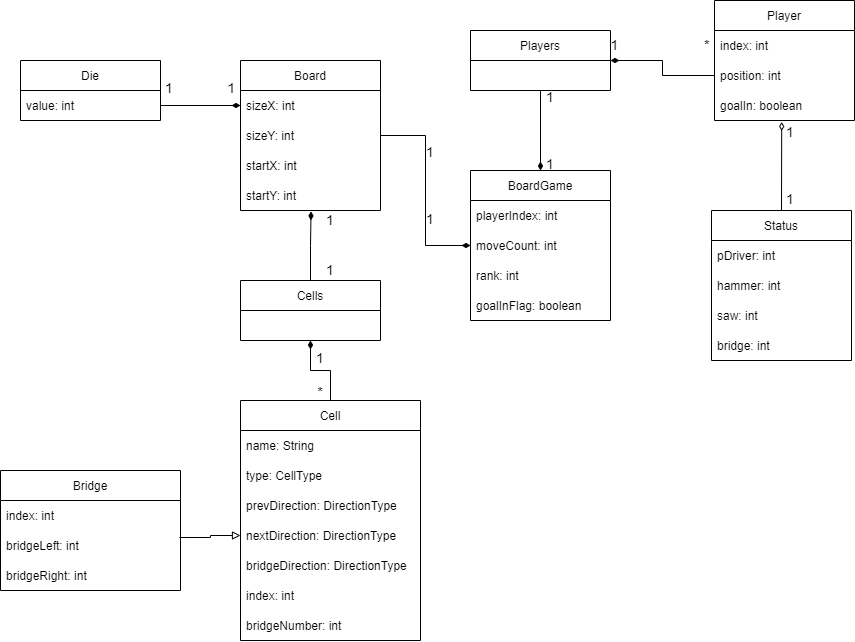
Above: construct/class_diagram.drawio.png in ldh019/2022-1_Software_Engineering (draw.io), before the change. Source tidied: cells renumbered, new cells last; positions are measured from the earlier drawing's top-left corner, leaving out a move shared by most shapes.
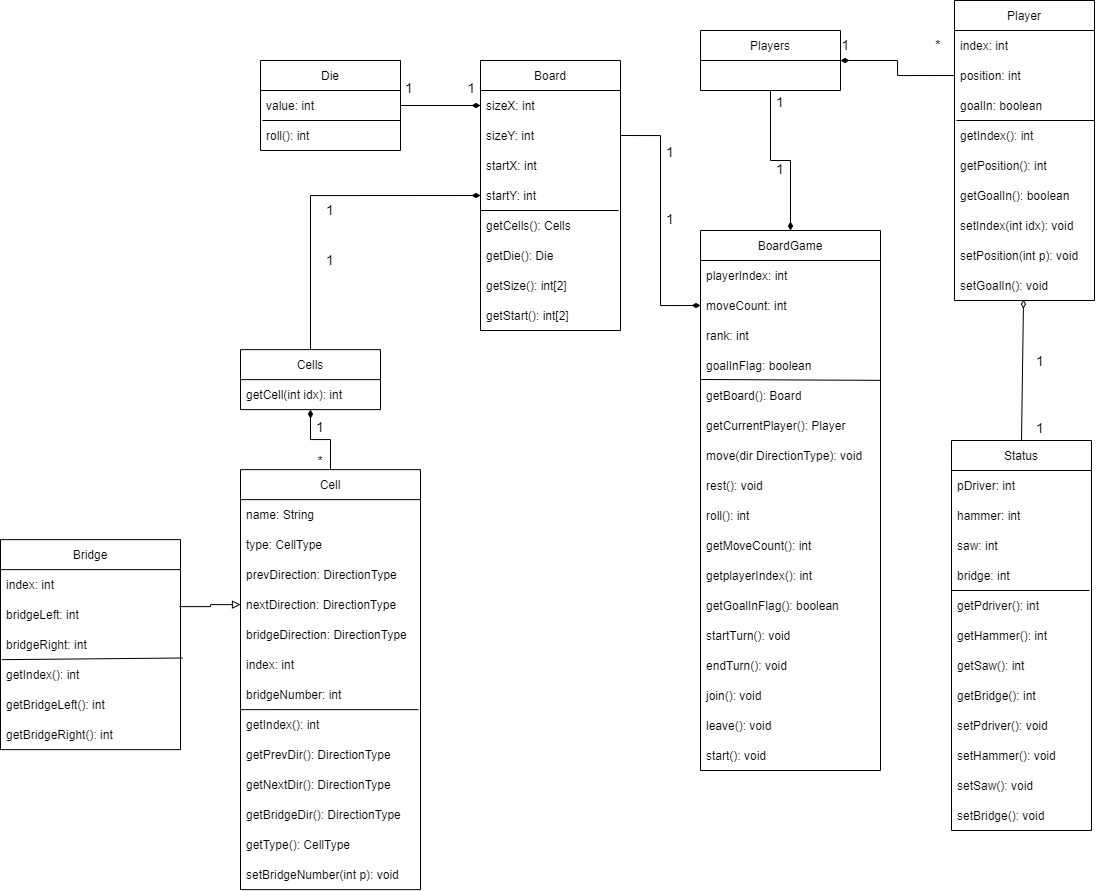
The same file after the commit.

Diff of the diagram source:
```diff
@@ -8,18 +8,62 @@
     <mxCell id="3" value="BoardGame" style="swimlane;fontStyle=0;horizontal=1;startSize=30;" parent="1" vertex="1">
-      <mxGeometry x="470" y="170" width="140" height="150" as="geometry" />
+      <mxGeometry x="460" y="230" width="180" height="540" as="geometry" />
     </mxCell>
     <mxCell id="4" value="playerIndex: int" style="text;strokeColor=none;fillColor=none;align=left;verticalAlign=middle;spacingLeft=4;spacingRight=4;overflow=hidden;" parent="3" vertex="1">
-      <mxGeometry y="30" width="140" height="30" as="geometry" />
+      <mxGeometry y="30" width="180" height="30" as="geometry" />
     </mxCell>
     <mxCell id="5" value="moveCount: int" style="text;strokeColor=none;fillColor=none;align=left;verticalAlign=middle;spacingLeft=4;spacingRight=4;overflow=hidden;points=[[0,0.5],[1,0.5]];portConstraint=eastwest;" parent="3" vertex="1">
-      <mxGeometry y="60" width="140" height="30" as="geometry" />
+      <mxGeometry y="60" width="180" height="30" as="geometry" />
     </mxCell>
     <mxCell id="6" value="rank: int" style="text;strokeColor=none;fillColor=none;align=left;verticalAlign=middle;spacingLeft=4;spacingRight=4;overflow=hidden;" parent="3" vertex="1">
-      <mxGeometry y="90" width="140" height="30" as="geometry" />
+      <mxGeometry y="90" width="180" height="30" as="geometry" />
     </mxCell>
     <mxCell id="7" value="goalInFlag: boolean" style="text;strokeColor=none;fillColor=none;align=left;verticalAlign=middle;spacingLeft=4;spacingRight=4;overflow=hidden;" parent="3" vertex="1">
-      <mxGeometry y="120" width="140" height="30" as="geometry" />
+      <mxGeometry y="120" width="180" height="30" as="geometry" />
     </mxCell>
+    <mxCell id="52" style="endArrow=none;html=1;rounded=0;entryX=1.002;entryY=-0.005;entryDx=0;entryDy=0;entryPerimeter=0;" parent="3" edge="1" target="53">
+      <mxGeometry relative="1" as="geometry">
+        <mxPoint y="149" as="sourcePoint" />
+      </mxGeometry>
+    </mxCell>
+    <mxCell id="53" value="getBoard(): Board" style="text;strokeColor=none;fillColor=none;align=left;verticalAlign=middle;spacingLeft=4;spacingRight=4;overflow=hidden;points=[[0,0.5],[1,0.5]];portConstraint=eastwest;" parent="3" vertex="1">
+      <mxGeometry y="150" width="180" height="30" as="geometry" />
+    </mxCell>
+    <mxCell id="54" value="getCurrentPlayer(): Player" style="text;strokeColor=none;fillColor=none;align=left;verticalAlign=middle;spacingLeft=4;spacingRight=4;overflow=hidden;" parent="3" vertex="1">
+      <mxGeometry y="180" width="180" height="30" as="geometry" />
+    </mxCell>
+    <mxCell id="55" value="move(dir DirectionType): void" style="text;strokeColor=none;fillColor=none;align=left;verticalAlign=middle;spacingLeft=4;spacingRight=4;overflow=hidden;" parent="3" vertex="1">
+      <mxGeometry y="210" width="180" height="30" as="geometry" />
+    </mxCell>
+    <mxCell id="56" value="rest(): void" style="text;strokeColor=none;fillColor=none;align=left;verticalAlign=middle;spacingLeft=4;spacingRight=4;overflow=hidden;" parent="3" vertex="1">
+      <mxGeometry y="240" width="180" height="30" as="geometry" />
+    </mxCell>
+    <mxCell id="57" value="roll(): int" style="text;strokeColor=none;fillColor=none;align=left;verticalAlign=middle;spacingLeft=4;spacingRight=4;overflow=hidden;" parent="3" vertex="1">
+      <mxGeometry y="270" width="180" height="30" as="geometry" />
+    </mxCell>
+    <mxCell id="58" value="getMoveCount(): int" style="text;strokeColor=none;fillColor=none;align=left;verticalAlign=middle;spacingLeft=4;spacingRight=4;overflow=hidden;" parent="3" vertex="1">
+      <mxGeometry y="300" width="180" height="30" as="geometry" />
+    </mxCell>
+    <mxCell id="59" value="getplayerIndex(): int" style="text;strokeColor=none;fillColor=none;align=left;verticalAlign=middle;spacingLeft=4;spacingRight=4;overflow=hidden;" parent="3" vertex="1">
+      <mxGeometry y="330" width="180" height="30" as="geometry" />
+    </mxCell>
+    <mxCell id="60" value="getGoalInFlag(): boolean" style="text;strokeColor=none;fillColor=none;align=left;verticalAlign=middle;spacingLeft=4;spacingRight=4;overflow=hidden;" parent="3" vertex="1">
+      <mxGeometry y="360" width="180" height="30" as="geometry" />
+    </mxCell>
+    <mxCell id="61" value="startTurn(): void" style="text;strokeColor=none;fillColor=none;align=left;verticalAlign=middle;spacingLeft=4;spacingRight=4;overflow=hidden;" parent="3" vertex="1">
+      <mxGeometry y="390" width="180" height="30" as="geometry" />
+    </mxCell>
+    <mxCell id="62" value="endTurn(): void" style="text;strokeColor=none;fillColor=none;align=left;verticalAlign=middle;spacingLeft=4;spacingRight=4;overflow=hidden;" parent="3" vertex="1">
+      <mxGeometry y="420" width="180" height="30" as="geometry" />
+    </mxCell>
+    <mxCell id="63" value="join(): void" style="text;strokeColor=none;fillColor=none;align=left;verticalAlign=middle;spacingLeft=4;spacingRight=4;overflow=hidden;" parent="3" vertex="1">
+      <mxGeometry y="450" width="180" height="30" as="geometry" />
+    </mxCell>
+    <mxCell id="64" value="leave(): void" style="text;strokeColor=none;fillColor=none;align=left;verticalAlign=middle;spacingLeft=4;spacingRight=4;overflow=hidden;" parent="3" vertex="1">
+      <mxGeometry y="480" width="180" height="30" as="geometry" />
+    </mxCell>
+    <mxCell id="65" value="start(): void" style="text;strokeColor=none;fillColor=none;align=left;verticalAlign=middle;spacingLeft=4;spacingRight=4;overflow=hidden;" parent="3" vertex="1">
+      <mxGeometry y="510" width="180" height="30" as="geometry" />
+    </mxCell>
     <mxCell id="8" value="Board" style="swimlane;fontStyle=0;horizontal=1;startSize=30;" parent="1" vertex="1">
-      <mxGeometry x="240" y="60" width="140" height="150" as="geometry" />
+      <mxGeometry x="240" y="60" width="140" height="270" as="geometry" />
     </mxCell>
@@ -37,2 +81,19 @@
     </mxCell>
+    <mxCell id="66" value="getCells(): Cells" style="text;strokeColor=none;fillColor=none;align=left;verticalAlign=middle;spacingLeft=4;spacingRight=4;overflow=hidden;points=[[0,0.5],[1,0.5]];portConstraint=eastwest;" parent="8" vertex="1">
+      <mxGeometry y="150" width="140" height="30" as="geometry" />
+    </mxCell>
+    <mxCell id="67" value="getDie(): Die" style="text;strokeColor=none;fillColor=none;align=left;verticalAlign=middle;spacingLeft=4;spacingRight=4;overflow=hidden;" parent="8" vertex="1">
+      <mxGeometry y="180" width="140" height="30" as="geometry" />
+    </mxCell>
+    <mxCell id="68" value="getSize(): int[2]" style="text;strokeColor=none;fillColor=none;align=left;verticalAlign=middle;spacingLeft=4;spacingRight=4;overflow=hidden;" parent="8" vertex="1">
+      <mxGeometry y="210" width="140" height="30" as="geometry" />
+    </mxCell>
+    <mxCell id="69" value="getStart(): int[2]" style="text;strokeColor=none;fillColor=none;align=left;verticalAlign=middle;spacingLeft=4;spacingRight=4;overflow=hidden;" parent="8" vertex="1">
+      <mxGeometry y="240" width="140" height="30" as="geometry" />
+    </mxCell>
+    <mxCell id="70" style="endArrow=none;html=1;rounded=0;entryX=0.986;entryY=0;entryDx=0;entryDy=0;entryPerimeter=0;" parent="8" edge="1" target="66">
+      <mxGeometry relative="1" as="geometry">
+        <mxPoint y="150" as="sourcePoint" />
+      </mxGeometry>
+    </mxCell>
     <mxCell id="13" style="edgeStyle=orthogonalEdgeStyle;rounded=0;jettySize=auto;html=1;exitX=1;exitY=0.5;exitDx=0;exitDy=0;entryX=0;entryY=0.5;entryDx=0;entryDy=0;endArrow=none;endFill=0;startArrow=diamondThin;startFill=1;" parent="1" edge="1" source="14" target="35">
@@ -41,5 +102,5 @@
     <mxCell id="14" value="Players" style="swimlane;fontStyle=0;horizontal=1;startSize=30;" parent="1" vertex="1">
-      <mxGeometry x="470" y="30" width="140" height="60" as="geometry" />
+      <mxGeometry x="460" y="30" width="140" height="60" as="geometry" />
     </mxCell>
-    <mxCell id="15" style="edgeStyle=orthogonalEdgeStyle;rounded=0;jettySize=auto;html=1;exitX=0.5;exitY=0;exitDx=0;exitDy=0;entryX=0.504;entryY=1.029;entryDx=0;entryDy=0;entryPerimeter=0;fontSize=14;endArrow=diamondThin;endFill=1;" parent="1" edge="1" source="17" target="12">
+    <mxCell id="15" style="edgeStyle=orthogonalEdgeStyle;rounded=0;jettySize=auto;html=1;exitX=0.5;exitY=0;exitDx=0;exitDy=0;entryX=0;entryY=0.5;entryDx=0;entryDy=0;fontSize=14;endArrow=diamondThin;endFill=1;" parent="1" edge="1" source="17" target="12">
       <mxGeometry relative="1" as="geometry" />
@@ -50,6 +111,9 @@
     <mxCell id="17" value="Cells" style="swimlane;fontStyle=0;horizontal=1;startSize=30;" parent="1" vertex="1">
-      <mxGeometry x="240" y="280" width="140" height="60" as="geometry" />
+      <mxGeometry y="349.1" width="140" height="60" as="geometry" />
     </mxCell>
+    <mxCell id="71" value="getCell(int idx): int" style="text;strokeColor=none;fillColor=none;align=left;verticalAlign=middle;spacingLeft=4;spacingRight=4;overflow=hidden;" parent="17" vertex="1">
+      <mxGeometry y="30" width="140" height="30" as="geometry" />
+    </mxCell>
     <mxCell id="18" value="Cell" style="swimlane;fontStyle=0;horizontal=1;startSize=30;" parent="1" vertex="1">
-      <mxGeometry x="240" y="400" width="180" height="240" as="geometry" />
+      <mxGeometry y="469.1" width="180" height="420" as="geometry" />
     </mxCell>
@@ -76,4 +140,28 @@
     </mxCell>
+    <mxCell id="72" style="endArrow=none;html=1;rounded=0;entryX=0.989;entryY=0.001;entryDx=0;entryDy=0;entryPerimeter=0;" parent="18" edge="1">
+      <mxGeometry relative="1" as="geometry">
+        <mxPoint y="240" as="sourcePoint" />
+        <mxPoint x="178" y="240" as="targetPoint" />
+      </mxGeometry>
+    </mxCell>
+    <mxCell id="73" value="getIndex(): int" style="text;strokeColor=none;fillColor=none;align=left;verticalAlign=middle;spacingLeft=4;spacingRight=4;overflow=hidden;" parent="18" vertex="1">
+      <mxGeometry y="240" width="180" height="30" as="geometry" />
+    </mxCell>
+    <mxCell id="74" value="getPrevDir(): DirectionType" style="text;strokeColor=none;fillColor=none;align=left;verticalAlign=middle;spacingLeft=4;spacingRight=4;overflow=hidden;" parent="18" vertex="1">
+      <mxGeometry y="270" width="180" height="30" as="geometry" />
+    </mxCell>
+    <mxCell id="75" value="getNextDir(): DirectionType" style="text;strokeColor=none;fillColor=none;align=left;verticalAlign=middle;spacingLeft=4;spacingRight=4;overflow=hidden;" parent="18" vertex="1">
+      <mxGeometry y="300" width="180" height="30" as="geometry" />
+    </mxCell>
+    <mxCell id="76" value="getBridgeDir(): DirectionType" style="text;strokeColor=none;fillColor=none;align=left;verticalAlign=middle;spacingLeft=4;spacingRight=4;overflow=hidden;" parent="18" vertex="1">
+      <mxGeometry y="330" width="180" height="30" as="geometry" />
+    </mxCell>
+    <mxCell id="77" value="getType(): CellType" style="text;strokeColor=none;fillColor=none;align=left;verticalAlign=middle;spacingLeft=4;spacingRight=4;overflow=hidden;" parent="18" vertex="1">
+      <mxGeometry y="360" width="180" height="30" as="geometry" />
+    </mxCell>
+    <mxCell id="78" value="setBridgeNumber(int p): void" style="text;strokeColor=none;fillColor=none;align=left;verticalAlign=middle;spacingLeft=4;spacingRight=4;overflow=hidden;" parent="18" vertex="1">
+      <mxGeometry y="390" width="180" height="30" as="geometry" />
+    </mxCell>
     <mxCell id="26" value="Die" style="swimlane;fontStyle=0;horizontal=1;startSize=30;" parent="1" vertex="1">
-      <mxGeometry x="20" y="60" width="140" height="60" as="geometry" />
+      <mxGeometry x="20" y="60" width="140" height="90" as="geometry" />
     </mxCell>
@@ -82,4 +170,13 @@
     </mxCell>
+    <mxCell id="79" style="endArrow=none;html=1;rounded=0;entryX=0.986;entryY=0;entryDx=0;entryDy=0;entryPerimeter=0;" parent="26" edge="1">
+      <mxGeometry relative="1" as="geometry">
+        <mxPoint x="2" y="60" as="sourcePoint" />
+        <mxPoint x="140" y="60" as="targetPoint" />
+      </mxGeometry>
+    </mxCell>
+    <mxCell id="80" value="roll(): int" style="text;strokeColor=none;fillColor=none;align=left;verticalAlign=middle;spacingLeft=4;spacingRight=4;overflow=hidden;" parent="26" vertex="1">
+      <mxGeometry y="60" width="140" height="30" as="geometry" />
+    </mxCell>
     <mxCell id="28" value="Status" style="swimlane;fontStyle=0;horizontal=1;startSize=30;" parent="1" vertex="1">
-      <mxGeometry x="711" y="210" width="140" height="150" as="geometry" />
+      <mxGeometry x="711" y="440" width="140" height="390" as="geometry" />
     </mxCell>
@@ -97,4 +194,34 @@
     </mxCell>
+    <mxCell id="81" style="endArrow=none;html=1;rounded=0;entryX=0.986;entryY=0;entryDx=0;entryDy=0;entryPerimeter=0;" parent="28" edge="1">
+      <mxGeometry relative="1" as="geometry">
+        <mxPoint y="150" as="sourcePoint" />
+        <mxPoint x="138" y="150" as="targetPoint" />
+      </mxGeometry>
+    </mxCell>
+    <mxCell id="82" value="getPdriver(): int" style="text;strokeColor=none;fillColor=none;align=left;verticalAlign=middle;spacingLeft=4;spacingRight=4;overflow=hidden;" parent="28" vertex="1">
+      <mxGeometry y="150" width="140" height="30" as="geometry" />
+    </mxCell>
+    <mxCell id="83" value="getHammer(): int" style="text;strokeColor=none;fillColor=none;align=left;verticalAlign=middle;spacingLeft=4;spacingRight=4;overflow=hidden;" parent="28" vertex="1">
+      <mxGeometry y="180" width="140" height="30" as="geometry" />
+    </mxCell>
+    <mxCell id="84" value="getSaw(): int" style="text;strokeColor=none;fillColor=none;align=left;verticalAlign=middle;spacingLeft=4;spacingRight=4;overflow=hidden;" parent="28" vertex="1">
+      <mxGeometry y="210" width="140" height="30" as="geometry" />
+    </mxCell>
+    <mxCell id="85" value="getBridge(): int" style="text;strokeColor=none;fillColor=none;align=left;verticalAlign=middle;spacingLeft=4;spacingRight=4;overflow=hidden;" parent="28" vertex="1">
+      <mxGeometry y="240" width="140" height="30" as="geometry" />
+    </mxCell>
+    <mxCell id="86" value="setPdriver(): void" style="text;strokeColor=none;fillColor=none;align=left;verticalAlign=middle;spacingLeft=4;spacingRight=4;overflow=hidden;" parent="28" vertex="1">
+      <mxGeometry y="270" width="140" height="30" as="geometry" />
+    </mxCell>
+    <mxCell id="87" value="setHammer(): void" style="text;strokeColor=none;fillColor=none;align=left;verticalAlign=middle;spacingLeft=4;spacingRight=4;overflow=hidden;" parent="28" vertex="1">
+      <mxGeometry y="300" width="140" height="30" as="geometry" />
+    </mxCell>
+    <mxCell id="88" value="setSaw(): void" style="text;strokeColor=none;fillColor=none;align=left;verticalAlign=middle;spacingLeft=4;spacingRight=4;overflow=hidden;" parent="28" vertex="1">
+      <mxGeometry y="330" width="140" height="30" as="geometry" />
+    </mxCell>
+    <mxCell id="89" value="setBridge(): void" style="text;strokeColor=none;fillColor=none;align=left;verticalAlign=middle;spacingLeft=4;spacingRight=4;overflow=hidden;" parent="28" vertex="1">
+      <mxGeometry y="360" width="140" height="30" as="geometry" />
+    </mxCell>
     <mxCell id="33" value="Player" style="swimlane;fontStyle=0;horizontal=1;startSize=30;" parent="1" vertex="1">
-      <mxGeometry x="714" width="140" height="120" as="geometry" />
+      <mxGeometry x="714" width="140" height="300" as="geometry" />
     </mxCell>
@@ -109,15 +236,37 @@
     </mxCell>
+    <mxCell id="90" style="endArrow=none;html=1;rounded=0;entryX=0.986;entryY=0;entryDx=0;entryDy=0;entryPerimeter=0;" parent="33" edge="1">
+      <mxGeometry relative="1" as="geometry">
+        <mxPoint x="2" y="120" as="sourcePoint" />
+        <mxPoint x="140" y="120" as="targetPoint" />
+      </mxGeometry>
+    </mxCell>
+    <mxCell id="91" value="getIndex(): int" style="text;strokeColor=none;fillColor=none;align=left;verticalAlign=middle;spacingLeft=4;spacingRight=4;overflow=hidden;" parent="33" vertex="1">
+      <mxGeometry y="120" width="140" height="30" as="geometry" />
+    </mxCell>
+    <mxCell id="92" value="getPosition(): int" style="text;strokeColor=none;fillColor=none;align=left;verticalAlign=middle;spacingLeft=4;spacingRight=4;overflow=hidden;" parent="33" vertex="1">
+      <mxGeometry y="150" width="140" height="30" as="geometry" />
+    </mxCell>
+    <mxCell id="93" value="getGoalIn(): boolean" style="text;strokeColor=none;fillColor=none;align=left;verticalAlign=middle;spacingLeft=4;spacingRight=4;overflow=hidden;" parent="33" vertex="1">
+      <mxGeometry y="180" width="140" height="30" as="geometry" />
+    </mxCell>
+    <mxCell id="94" value="setIndex(int idx): void" style="text;strokeColor=none;fillColor=none;align=left;verticalAlign=middle;spacingLeft=4;spacingRight=4;overflow=hidden;" parent="33" vertex="1">
+      <mxGeometry y="210" width="140" height="30" as="geometry" />
+    </mxCell>
+    <mxCell id="95" value="setPosition(int p): void" style="text;strokeColor=none;fillColor=none;align=left;verticalAlign=middle;spacingLeft=4;spacingRight=4;overflow=hidden;" parent="33" vertex="1">
+      <mxGeometry y="240" width="140" height="30" as="geometry" />
+    </mxCell>
+    <mxCell id="96" value="setGoalIn(): void" style="text;strokeColor=none;fillColor=none;align=left;verticalAlign=middle;spacingLeft=4;spacingRight=4;overflow=hidden;points=[[0,0.5],[1,0.5]];portConstraint=eastwest;" parent="33" vertex="1">
+      <mxGeometry y="270" width="140" height="30" as="geometry" />
+    </mxCell>
-    <mxCell id="37" style="endArrow=diamondThin;html=1;rounded=0;entryX=0.48;entryY=1.049;entryDx=0;entryDy=0;entryPerimeter=0;exitX=0.5;exitY=0;exitDx=0;exitDy=0;endFill=0;" parent="1" edge="1" source="28">
-      <mxGeometry relative="1" as="geometry">
-        <mxPoint x="781.2" y="121.5" as="targetPoint" />
-      </mxGeometry>
+    <mxCell id="37" style="endArrow=diamondThin;html=1;rounded=0;exitX=0.5;exitY=0;exitDx=0;exitDy=0;endFill=0;entryX=0.493;entryY=0.972;entryDx=0;entryDy=0;entryPerimeter=0;" parent="1" edge="1" source="28" target="96">
+      <mxGeometry relative="1" as="geometry" />
     </mxCell>
     <mxCell id="38" value="1&lt;br style=&quot;font-size: 14px&quot;&gt;&lt;br style=&quot;font-size: 14px&quot;&gt;&lt;br style=&quot;font-size: 14px&quot;&gt;&lt;br style=&quot;font-size: 14px&quot;&gt;1" style="text;html=1;strokeColor=none;fillColor=none;align=center;verticalAlign=middle;whiteSpace=wrap;rounded=0;fontSize=14;" parent="1" vertex="1">
-      <mxGeometry x="760" y="150" width="60" height="30" as="geometry" />
+      <mxGeometry x="770" y="379.1" width="60" height="30" as="geometry" />
     </mxCell>
     <mxCell id="39" value="1&amp;nbsp; &amp;nbsp; &amp;nbsp; &amp;nbsp; &amp;nbsp; &amp;nbsp; &amp;nbsp; &amp;nbsp; &amp;nbsp; &amp;nbsp; &amp;nbsp; *" style="text;html=1;strokeColor=none;fillColor=none;align=center;verticalAlign=middle;whiteSpace=wrap;rounded=0;fontSize=14;" parent="1" vertex="1">
-      <mxGeometry x="600" y="30" width="120" height="30" as="geometry" />
+      <mxGeometry x="591" y="30" width="120" height="30" as="geometry" />
     </mxCell>
     <mxCell id="40" value="1&lt;br style=&quot;font-size: 14px&quot;&gt;&lt;br style=&quot;font-size: 14px&quot;&gt;&lt;br style=&quot;font-size: 14px&quot;&gt;&lt;br style=&quot;font-size: 14px&quot;&gt;1" style="text;html=1;strokeColor=none;fillColor=none;align=center;verticalAlign=middle;whiteSpace=wrap;rounded=0;fontSize=14;" parent="1" vertex="1">
-      <mxGeometry x="520" y="114.5" width="60" height="30" as="geometry" />
+      <mxGeometry x="510" y="120" width="60" height="30" as="geometry" />
     </mxCell>
@@ -136,9 +285,9 @@
     <mxCell id="45" value="1&lt;br style=&quot;font-size: 14px&quot;&gt;&lt;br style=&quot;font-size: 14px&quot;&gt;&lt;br style=&quot;font-size: 14px&quot;&gt;1" style="text;html=1;strokeColor=none;fillColor=none;align=center;verticalAlign=middle;whiteSpace=wrap;rounded=0;fontSize=14;" parent="1" vertex="1">
-      <mxGeometry x="300" y="230" width="60" height="30" as="geometry" />
+      <mxGeometry x="60" y="220" width="60" height="30" as="geometry" />
     </mxCell>
     <mxCell id="46" value="1&lt;br style=&quot;font-size: 14px&quot;&gt;&lt;br style=&quot;font-size: 14px&quot;&gt;*" style="text;html=1;strokeColor=none;fillColor=none;align=center;verticalAlign=middle;whiteSpace=wrap;rounded=0;fontSize=14;" parent="1" vertex="1">
-      <mxGeometry x="290" y="360" width="60" height="30" as="geometry" />
+      <mxGeometry x="50" y="429.1" width="60" height="30" as="geometry" />
     </mxCell>
     <mxCell id="47" value="Bridge" style="swimlane;fontStyle=0;horizontal=1;startSize=30;" parent="1" vertex="1">
-      <mxGeometry y="470" width="180" height="120" as="geometry" />
+      <mxGeometry x="-240" y="539.1" width="180" height="210" as="geometry" />
     </mxCell>
@@ -153,2 +302,14 @@
     </mxCell>
+    <mxCell id="97" value="getIndex(): int" style="text;strokeColor=none;fillColor=none;align=left;verticalAlign=middle;spacingLeft=4;spacingRight=4;overflow=hidden;points=[[0,0.5],[1,0.5]];portConstraint=eastwest;" parent="47" vertex="1">
+      <mxGeometry y="120" width="180" height="30" as="geometry" />
+    </mxCell>
+    <mxCell id="98" value="getBridgeLeft(): int" style="text;strokeColor=none;fillColor=none;align=left;verticalAlign=middle;spacingLeft=4;spacingRight=4;overflow=hidden;" parent="47" vertex="1">
+      <mxGeometry y="150" width="180" height="30" as="geometry" />
+    </mxCell>
+    <mxCell id="99" value="getBridgeRight(): int" style="text;strokeColor=none;fillColor=none;align=left;verticalAlign=middle;spacingLeft=4;spacingRight=4;overflow=hidden;" parent="47" vertex="1">
+      <mxGeometry y="180" width="180" height="30" as="geometry" />
+    </mxCell>
+    <mxCell id="100" style="endArrow=none;html=1;rounded=0;exitX=0.007;exitY=0.001;exitDx=0;exitDy=0;exitPerimeter=0;entryX=1.012;entryY=-0.054;entryDx=0;entryDy=0;entryPerimeter=0;" parent="47" edge="1" source="97" target="97">
+      <mxGeometry relative="1" as="geometry" />
+    </mxCell>
     <mxCell id="51" style="edgeStyle=orthogonalEdgeStyle;rounded=0;jettySize=auto;html=1;exitX=0.994;exitY=0.233;exitDx=0;exitDy=0;entryX=0;entryY=0.5;entryDx=0;entryDy=0;endArrow=block;endFill=0;exitPerimeter=0;" parent="1" edge="1" source="49" target="22">
```
